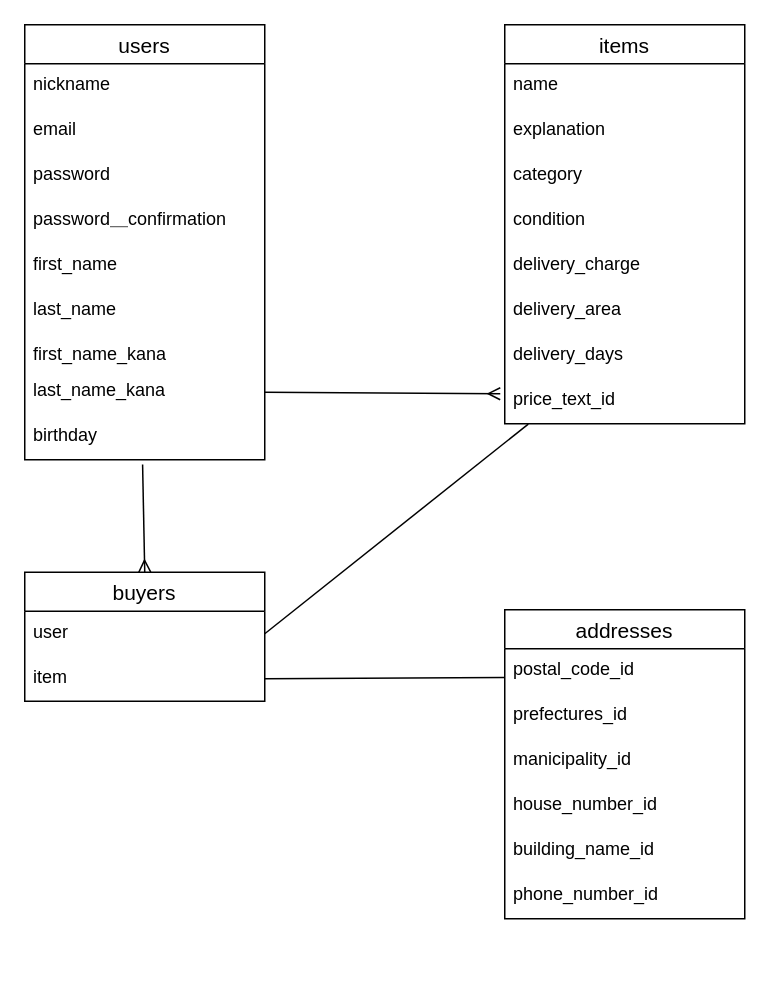
Before: test.dio in taka1ad/furima-36022, a draw.io diagram. Source tidied: cells renumbered, new cells numbered last; positions are measured from the earlier drawing's top-left corner, leaving out a move shared by most shapes. Both pictures are drawn from the tidied source at 150%, with x=0, y=0 at pixel (24, 24).
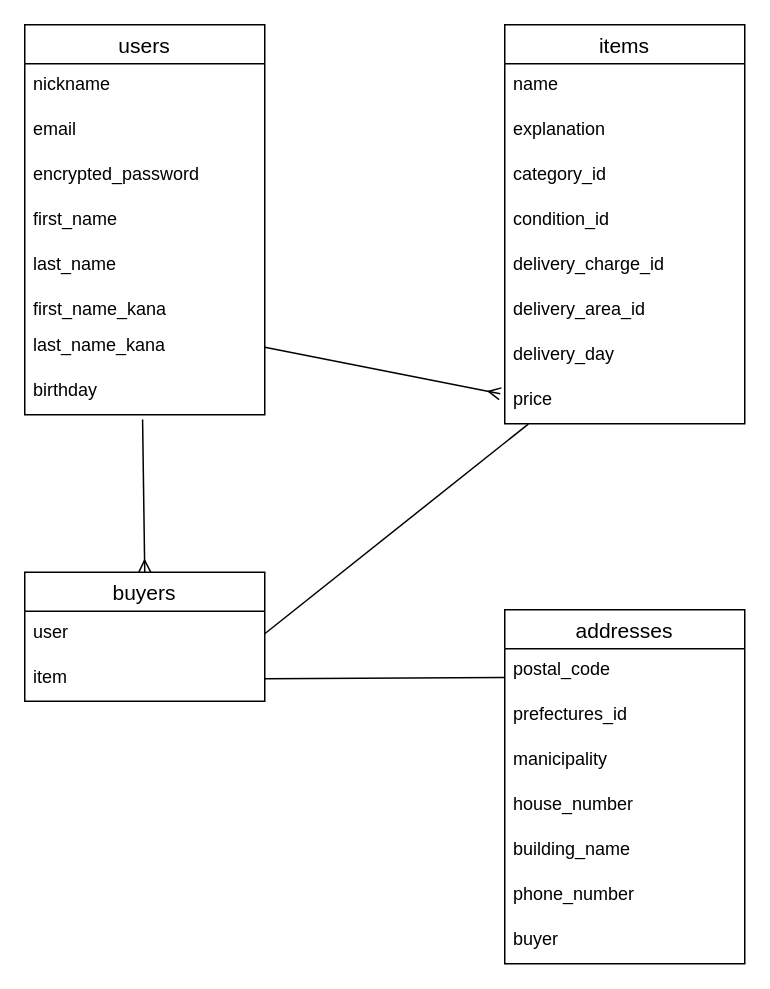
The same page after the edit.

Unchanged cells that the change refers to:
```xml
<mxCell id="9" value="items" style="swimlane;fontStyle=0;horizontal=1;startSize=26;align=center;fontSize=14;" parent="1" vertex="1">
  <mxGeometry x="320" width="160" height="266" as="geometry" />
</mxCell>
```

Change to the diagram source:
```diff
@@
     <mxCell id="2" value="addresses" style="swimlane;fontStyle=0;horizontal=1;startSize=26;align=center;fontSize=14;" parent="1" vertex="1">
-      <mxGeometry x="320" y="390" width="160" height="206" as="geometry" />
+      <mxGeometry x="320" y="390" width="160" height="236" as="geometry" />
     </mxCell>
-    <mxCell id="3" value="postal_code_id" style="text;strokeColor=none;fillColor=none;spacingLeft=4;spacingRight=4;overflow=hidden;points=[[0,0.5],[1,0.5]];portConstraint=eastwest;fontSize=12;" parent="2" vertex="1">
+    <mxCell id="3" value="postal_code" style="text;strokeColor=none;fillColor=none;spacingLeft=4;spacingRight=4;overflow=hidden;points=[[0,0.5],[1,0.5]];portConstraint=eastwest;fontSize=12;" parent="2" vertex="1">
       <mxGeometry y="26" width="160" height="30" as="geometry" />
     </mxCell>
@@
-    <mxCell id="5" value="manicipality_id" style="text;strokeColor=none;fillColor=none;spacingLeft=4;spacingRight=4;overflow=hidden;fontSize=12;" parent="2" vertex="1">
+    <mxCell id="5" value="manicipality" style="text;strokeColor=none;fillColor=none;spacingLeft=4;spacingRight=4;overflow=hidden;fontSize=12;" parent="2" vertex="1">
       <mxGeometry y="86" width="160" height="30" as="geometry" />
     </mxCell>
-    <mxCell id="6" value="house_number_id" style="text;strokeColor=none;fillColor=none;spacingLeft=4;spacingRight=4;overflow=hidden;fontSize=12;" parent="2" vertex="1">
+    <mxCell id="6" value="house_number" style="text;strokeColor=none;fillColor=none;spacingLeft=4;spacingRight=4;overflow=hidden;fontSize=12;" parent="2" vertex="1">
       <mxGeometry y="116" width="160" height="30" as="geometry" />
     </mxCell>
-    <mxCell id="7" value="building_name_id" style="text;strokeColor=none;fillColor=none;spacingLeft=4;spacingRight=4;overflow=hidden;fontSize=12;" parent="2" vertex="1">
+    <mxCell id="7" value="building_name" style="text;strokeColor=none;fillColor=none;spacingLeft=4;spacingRight=4;overflow=hidden;fontSize=12;" parent="2" vertex="1">
       <mxGeometry y="146" width="160" height="30" as="geometry" />
     </mxCell>
-    <mxCell id="8" value="phone_number_id" style="text;strokeColor=none;fillColor=none;spacingLeft=4;spacingRight=4;overflow=hidden;fontSize=12;" parent="2" vertex="1">
+    <mxCell id="8" value="phone_number" style="text;strokeColor=none;fillColor=none;spacingLeft=4;spacingRight=4;overflow=hidden;fontSize=12;" parent="2" vertex="1">
       <mxGeometry y="176" width="160" height="30" as="geometry" />
     </mxCell>
+    <mxCell id="35" value="buyer" style="text;strokeColor=none;fillColor=none;spacingLeft=4;spacingRight=4;overflow=hidden;fontSize=12;" parent="2" vertex="1">
+      <mxGeometry y="206" width="160" height="30" as="geometry" />
+    </mxCell>
@@
-    <mxCell id="12" value="category" style="text;strokeColor=none;fillColor=none;spacingLeft=4;spacingRight=4;overflow=hidden;fontSize=12;" parent="9" vertex="1">
+    <mxCell id="12" value="category_id" style="text;strokeColor=none;fillColor=none;spacingLeft=4;spacingRight=4;overflow=hidden;fontSize=12;" parent="9" vertex="1">
       <mxGeometry y="86" width="160" height="30" as="geometry" />
     </mxCell>
-    <mxCell id="13" value="condition" style="text;strokeColor=none;fillColor=none;spacingLeft=4;spacingRight=4;overflow=hidden;fontSize=12;" parent="9" vertex="1">
+    <mxCell id="13" value="condition_id" style="text;strokeColor=none;fillColor=none;spacingLeft=4;spacingRight=4;overflow=hidden;fontSize=12;" parent="9" vertex="1">
       <mxGeometry y="116" width="160" height="30" as="geometry" />
     </mxCell>
-    <mxCell id="14" value="delivery_charge" style="text;strokeColor=none;fillColor=none;spacingLeft=4;spacingRight=4;overflow=hidden;fontSize=12;" parent="9" vertex="1">
+    <mxCell id="14" value="delivery_charge_id" style="text;strokeColor=none;fillColor=none;spacingLeft=4;spacingRight=4;overflow=hidden;fontSize=12;" parent="9" vertex="1">
       <mxGeometry y="146" width="160" height="30" as="geometry" />
     </mxCell>
-    <mxCell id="15" value="delivery_area" style="text;strokeColor=none;fillColor=none;spacingLeft=4;spacingRight=4;overflow=hidden;fontSize=12;" parent="9" vertex="1">
+    <mxCell id="15" value="delivery_area_id" style="text;strokeColor=none;fillColor=none;spacingLeft=4;spacingRight=4;overflow=hidden;fontSize=12;" parent="9" vertex="1">
       <mxGeometry y="176" width="160" height="30" as="geometry" />
     </mxCell>
-    <mxCell id="16" value="delivery_days" style="text;strokeColor=none;fillColor=none;spacingLeft=4;spacingRight=4;overflow=hidden;fontSize=12;" parent="9" vertex="1">
+    <mxCell id="16" value="delivery_day" style="text;strokeColor=none;fillColor=none;spacingLeft=4;spacingRight=4;overflow=hidden;fontSize=12;" parent="9" vertex="1">
       <mxGeometry y="206" width="160" height="30" as="geometry" />
     </mxCell>
-    <mxCell id="17" value="price_text_id" style="text;strokeColor=none;fillColor=none;spacingLeft=4;spacingRight=4;overflow=hidden;points=[[0,0.5],[1,0.5]];portConstraint=eastwest;fontSize=12;" parent="9" vertex="1">
+    <mxCell id="17" value="price" style="text;strokeColor=none;fillColor=none;spacingLeft=4;spacingRight=4;overflow=hidden;points=[[0,0.5],[1,0.5]];portConstraint=eastwest;fontSize=12;" parent="9" vertex="1">
       <mxGeometry y="236" width="160" height="30" as="geometry" />
     </mxCell>
     <mxCell id="18" value="users" style="swimlane;fontStyle=0;horizontal=1;startSize=26;align=center;fontSize=14;" parent="1" vertex="1">
-      <mxGeometry width="160" height="290" as="geometry" />
+      <mxGeometry width="160" height="260" as="geometry" />
     </mxCell>
@@
-    <mxCell id="21" value="password" style="text;strokeColor=none;fillColor=none;spacingLeft=4;spacingRight=4;overflow=hidden;fontSize=12;" parent="18" vertex="1">
+    <mxCell id="21" value="encrypted_password" style="text;strokeColor=none;fillColor=none;spacingLeft=4;spacingRight=4;overflow=hidden;fontSize=12;" parent="18" vertex="1">
       <mxGeometry y="86" width="160" height="30" as="geometry" />
     </mxCell>
-    <mxCell id="22" value="password＿confirmation" style="text;strokeColor=none;fillColor=none;spacingLeft=4;spacingRight=4;overflow=hidden;fontSize=12;" parent="18" vertex="1">
-      <mxGeometry y="116" width="160" height="30" as="geometry" />
-    </mxCell>
     <mxCell id="23" value="first_name" style="text;strokeColor=none;fillColor=none;spacingLeft=4;spacingRight=4;overflow=hidden;fontSize=12;" parent="18" vertex="1">
-      <mxGeometry y="146" width="160" height="30" as="geometry" />
+      <mxGeometry y="116" width="160" height="30" as="geometry" />
     </mxCell>
     <mxCell id="24" value="last_name" style="text;strokeColor=none;fillColor=none;spacingLeft=4;spacingRight=4;overflow=hidden;fontSize=12;" parent="18" vertex="1">
-      <mxGeometry y="176" width="160" height="30" as="geometry" />
+      <mxGeometry y="146" width="160" height="30" as="geometry" />
     </mxCell>
     <mxCell id="25" value="first_name_kana" style="text;strokeColor=none;fillColor=none;spacingLeft=4;spacingRight=4;overflow=hidden;fontSize=12;" parent="18" vertex="1">
-      <mxGeometry y="206" width="160" height="24" as="geometry" />
+      <mxGeometry y="176" width="160" height="24" as="geometry" />
     </mxCell>
     <mxCell id="26" value="last_name_kana" style="text;strokeColor=none;fillColor=none;spacingLeft=4;spacingRight=4;overflow=hidden;points=[[0,0.5],[1,0.5]];portConstraint=eastwest;fontSize=12;" parent="18" vertex="1">
-      <mxGeometry y="230" width="160" height="30" as="geometry" />
+      <mxGeometry y="200" width="160" height="30" as="geometry" />
     </mxCell>
     <mxCell id="27" value="birthday" style="text;strokeColor=none;fillColor=none;spacingLeft=4;spacingRight=4;overflow=hidden;points=[[0,0.5],[1,0.5]];portConstraint=eastwest;fontSize=12;" parent="18" vertex="1">
-      <mxGeometry y="260" width="160" height="30" as="geometry" />
+      <mxGeometry y="230" width="160" height="30" as="geometry" />
     </mxCell>
```
